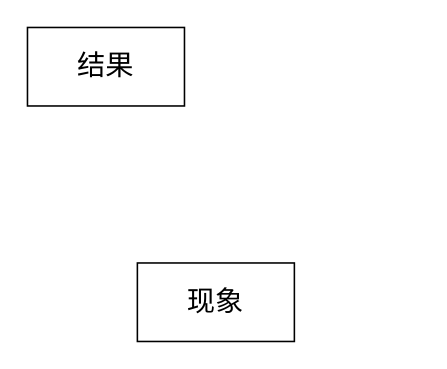
gitpigzhusj/draw.io keeps this draw.io diagram as Test.drawio. Above is the earlier version. Source tidied: cells renumbered, new cells numbered last; positions are measured from the earlier drawing's top-left corner, leaving out a move shared by most shapes. Both pictures are drawn from the tidied source at 157%, with x=0, y=0 at pixel (27, 27).
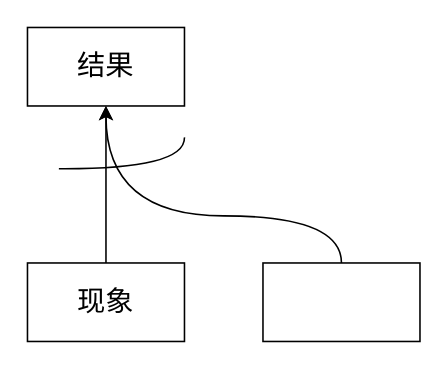
Above is the later version.

Diff of the diagram source:
```diff
@@
 <mxGraphModel>
   <root>
     <mxCell id="0" />
     <mxCell id="1" parent="0" />
+    <mxCell id="4" style="edgeStyle=orthogonalEdgeStyle;rounded=0;jettySize=auto;html=1;entryX=0.5;entryY=1;entryDx=0;entryDy=0;" parent="1" edge="1" source="2" target="3">
+      <mxGeometry relative="1" as="geometry" />
+    </mxCell>
     <mxCell id="2" value="&lt;font style=&quot;font-size: 18px;&quot;&gt;现象&lt;/font&gt;" style="rounded=0;whiteSpace=wrap;html=1;" parent="1" vertex="1">
-      <mxGeometry x="70" y="150" width="100" height="50" as="geometry" />
+      <mxGeometry y="150" width="100" height="50" as="geometry" />
     </mxCell>
     <mxCell id="3" value="&lt;font style=&quot;font-size: 18px;&quot;&gt;结果&lt;/font&gt;" style="rounded=0;whiteSpace=wrap;html=1;" parent="1" vertex="1">
       <mxGeometry width="100" height="50" as="geometry" />
     </mxCell>
+    <mxCell id="5" style="edgeStyle=orthogonalEdgeStyle;rounded=0;jettySize=auto;html=1;entryX=0.5;entryY=1;entryDx=0;entryDy=0;curved=1;" parent="1" edge="1" source="6" target="3">
+      <mxGeometry relative="1" as="geometry">
+        <Array as="points">
+          <mxPoint x="200" y="120" />
+          <mxPoint x="50" y="120" />
+        </Array>
+      </mxGeometry>
+    </mxCell>
+    <mxCell id="6" style="rounded=0;whiteSpace=wrap;html=1;" parent="1" vertex="1">
+      <mxGeometry x="150" y="150" width="100" height="50" as="geometry" />
+    </mxCell>
+    <mxCell id="7" style="endArrow=none;html=1;rounded=0;edgeStyle=orthogonalEdgeStyle;curved=1;" parent="1" edge="1">
+      <mxGeometry relative="1" as="geometry">
+        <mxPoint x="20" y="90" as="sourcePoint" />
+        <mxPoint x="100" y="70" as="targetPoint" />
+      </mxGeometry>
+    </mxCell>
   </root>
 </mxGraphModel>
```
